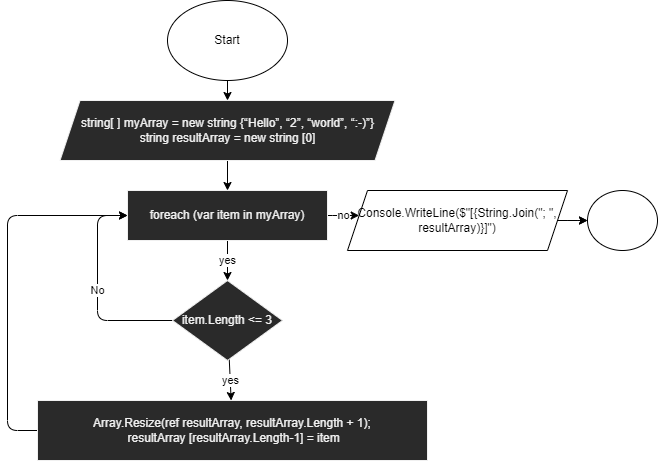
Above: exp.drawio.png in Gladun-D/Finalwork (draw.io), before the change. Source tidied: cells renumbered, new cells last; positions are measured from the earlier drawing's top-left corner, leaving out a move shared by most shapes. Source of this version:
```xml
<mxGraphModel>
  <root>
    <mxCell id="0" />
    <mxCell id="1" parent="0" />
    <mxCell id="2" style="edgeStyle=none;html=1;" parent="1" edge="1" source="3" target="5">
      <mxGeometry relative="1" as="geometry" />
    </mxCell>
    <mxCell id="3" value="Start" style="ellipse;whiteSpace=wrap;html=1;" parent="1" vertex="1">
      <mxGeometry x="200" width="120" height="80" as="geometry" />
    </mxCell>
    <mxCell id="4" style="edgeStyle=none;html=1;" parent="1" edge="1" source="5" target="8">
      <mxGeometry relative="1" as="geometry" />
    </mxCell>
    <mxCell id="5" value="string[ ] myArray = new string {“Hello”, “2”, “world”, “:-)”}&lt;br&gt;string resultArray = new string [0]" style="shape=parallelogram;perimeter=parallelogramPerimeter;whiteSpace=wrap;html=1;fixedSize=1;fontFamily=Helvetica;fontSize=12;fontColor=rgb(240, 240, 240);align=center;strokeColor=rgb(240, 240, 240);fillColor=rgb(42, 42, 42);" parent="1" vertex="1">
      <mxGeometry x="92.5" y="100" width="335" height="60" as="geometry" />
    </mxCell>
    <mxCell id="6" value="yes" style="edgeStyle=none;html=1;" parent="1" edge="1" source="8" target="11">
      <mxGeometry relative="1" as="geometry" />
    </mxCell>
    <mxCell id="7" value="no" style="edgeStyle=elbowEdgeStyle;elbow=vertical;html=1;" parent="1" edge="1" source="8" target="16">
      <mxGeometry relative="1" as="geometry" />
    </mxCell>
    <mxCell id="8" value="foreach (var item in myArray)" style="whiteSpace=wrap;html=1;fillColor=rgb(42, 42, 42);strokeColor=rgb(240, 240, 240);fontColor=rgb(240, 240, 240);" parent="1" vertex="1">
      <mxGeometry x="160" y="190" width="200" height="50" as="geometry" />
    </mxCell>
    <mxCell id="9" value="yes" style="edgeStyle=none;html=1;" parent="1" edge="1" source="11" target="13">
      <mxGeometry relative="1" as="geometry" />
    </mxCell>
    <mxCell id="10" value="No" style="edgeStyle=elbowEdgeStyle;html=1;entryX=0;entryY=0.5;entryDx=0;entryDy=0;elbow=vertical;" parent="1" edge="1" source="11" target="8">
      <mxGeometry relative="1" as="geometry">
        <Array as="points">
          <mxPoint x="130" y="320" />
        </Array>
      </mxGeometry>
    </mxCell>
    <mxCell id="11" value="item.Length &amp;lt;= 3" style="rhombus;whiteSpace=wrap;html=1;fillColor=rgb(42, 42, 42);strokeColor=rgb(240, 240, 240);fontColor=rgb(240, 240, 240);" parent="1" vertex="1">
      <mxGeometry x="205" y="280" width="110" height="80" as="geometry" />
    </mxCell>
    <mxCell id="12" style="edgeStyle=elbowEdgeStyle;elbow=vertical;html=1;entryX=0;entryY=0.5;entryDx=0;entryDy=0;" parent="1" edge="1" source="13" target="8">
      <mxGeometry relative="1" as="geometry">
        <Array as="points">
          <mxPoint x="40" y="330" />
          <mxPoint y="430" />
          <mxPoint x="130" y="380" />
        </Array>
      </mxGeometry>
    </mxCell>
    <mxCell id="13" value="&lt;div&gt;Array.Resize(ref resultArray, resultArray.Length + 1);&lt;/div&gt;&lt;div&gt;&amp;nbsp;resultArray [resultArray.Length-1] = item&lt;/div&gt;" style="whiteSpace=wrap;html=1;fillColor=rgb(42, 42, 42);strokeColor=rgb(240, 240, 240);fontColor=rgb(240, 240, 240);" parent="1" vertex="1">
      <mxGeometry x="70" y="400" width="390" height="60" as="geometry" />
    </mxCell>
    <mxCell id="14" style="edgeStyle=elbowEdgeStyle;elbow=vertical;html=1;" parent="1" edge="1" source="16" target="17">
      <mxGeometry relative="1" as="geometry" />
    </mxCell>
    <mxCell id="15" style="edgeStyle=elbowEdgeStyle;elbow=vertical;html=1;" parent="1" edge="1" source="16" target="17">
      <mxGeometry relative="1" as="geometry" />
    </mxCell>
    <mxCell id="16" value="Console.WriteLine($&quot;[{String.Join(&quot;; &quot;, resultArray)}]&quot;)" style="shape=parallelogram;perimeter=parallelogramPerimeter;whiteSpace=wrap;html=1;fixedSize=1;" parent="1" vertex="1">
      <mxGeometry x="380" y="190" width="220" height="60" as="geometry" />
    </mxCell>
    <mxCell id="17" value="&lt;br&gt;" style="ellipse;whiteSpace=wrap;html=1;" parent="1" vertex="1">
      <mxGeometry x="620" y="190" width="70" height="60" as="geometry" />
    </mxCell>
  </root>
</mxGraphModel>
```
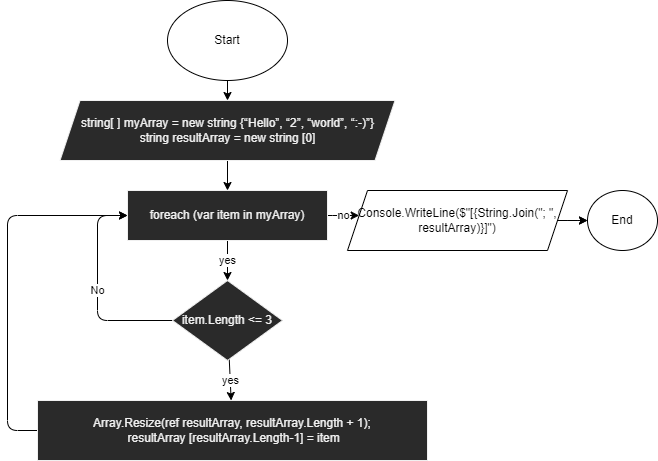
The same diagram one commit later.

Commit message:
Блок, код и решение готовы

Diff of the diagram source:
```diff
@@ -57,7 +57,7 @@
     <mxCell id="16" value="Console.WriteLine($&quot;[{String.Join(&quot;; &quot;, resultArray)}]&quot;)" style="shape=parallelogram;perimeter=parallelogramPerimeter;whiteSpace=wrap;html=1;fixedSize=1;" parent="1" vertex="1">
       <mxGeometry x="380" y="190" width="220" height="60" as="geometry" />
     </mxCell>
-    <mxCell id="17" value="&lt;br&gt;" style="ellipse;whiteSpace=wrap;html=1;" parent="1" vertex="1">
+    <mxCell id="17" value="End" style="ellipse;whiteSpace=wrap;html=1;" parent="1" vertex="1">
       <mxGeometry x="620" y="190" width="70" height="60" as="geometry" />
     </mxCell>
   </root>
```
